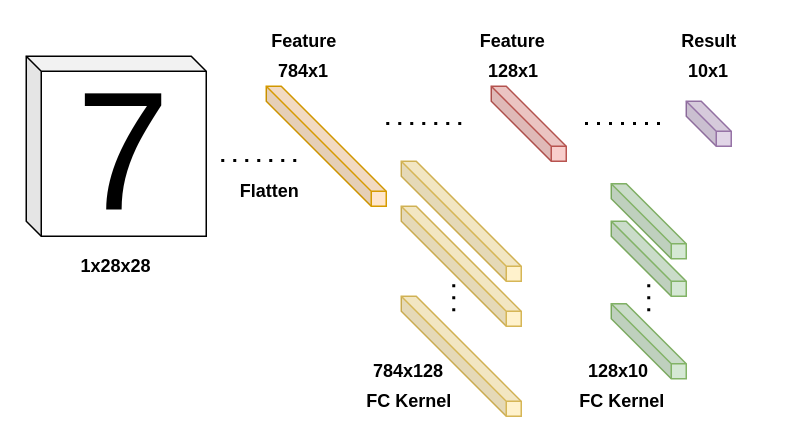
Before: image/mnist_layers.drawio in briansune/PYNQ-2.7-MNIST, a draw.io diagram. Source tidied: cells renumbered, new cells numbered last; positions are measured from the earlier drawing's top-left corner, leaving out a move shared by most shapes. Both pictures are drawn from the tidied source at 150%, with x=0, y=0 at pixel (26, 26).
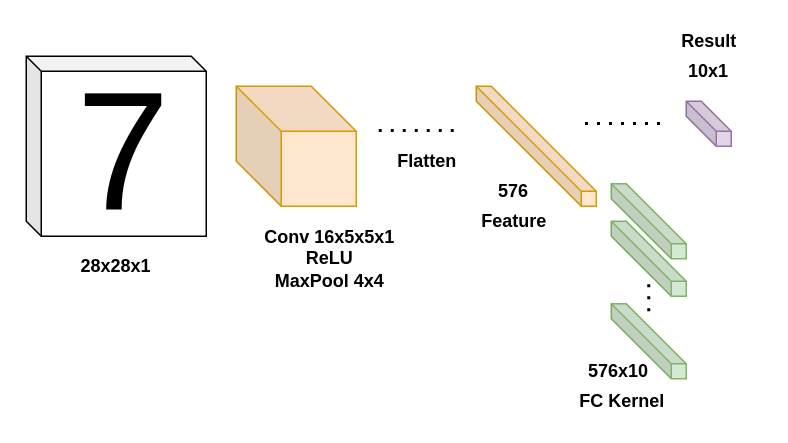
After the change.

What changed in the source:
```diff
@@
     <mxCell id="3" style="shape=cube;whiteSpace=wrap;html=1;boundedLbl=1;backgroundOutline=1;darkOpacity=0.05;darkOpacity2=0.1;fontSize=112;size=70;fillColor=#ffe6cc;strokeColor=#d79b00;" parent="1" vertex="1">
-      <mxGeometry x="160" y="40" width="80" height="80" as="geometry" />
+      <mxGeometry x="300" y="40" width="80" height="80" as="geometry" />
     </mxCell>
-    <mxCell id="4" value="&lt;font style=&quot;font-size: 12px&quot;&gt;784x1&lt;br&gt;&lt;/font&gt;" style="text;html=1;strokeColor=none;fillColor=none;align=center;verticalAlign=middle;whiteSpace=wrap;rounded=0;fontSize=12;fontStyle=1;" parent="1" vertex="1">
-      <mxGeometry x="150" y="20" width="70" height="20" as="geometry" />
+    <mxCell id="4" value="&lt;font style=&quot;font-size: 12px&quot;&gt;576&lt;br&gt;&lt;/font&gt;" style="text;html=1;strokeColor=none;fillColor=none;align=center;verticalAlign=middle;whiteSpace=wrap;rounded=0;fontSize=12;fontStyle=1;" parent="1" vertex="1">
+      <mxGeometry x="290" y="100" width="70" height="20" as="geometry" />
     </mxCell>
-    <mxCell id="5" value="&lt;font style=&quot;font-size: 12px&quot;&gt;1x28x28&lt;br&gt;&lt;/font&gt;" style="text;html=1;strokeColor=none;fillColor=none;align=center;verticalAlign=middle;whiteSpace=wrap;rounded=0;fontSize=12;fontStyle=1;" parent="1" vertex="1">
+    <mxCell id="5" value="&lt;font style=&quot;font-size: 12px&quot;&gt;28x28x1&lt;br&gt;&lt;/font&gt;" style="text;html=1;strokeColor=none;fillColor=none;align=center;verticalAlign=middle;whiteSpace=wrap;rounded=0;fontSize=12;fontStyle=1;" parent="1" vertex="1">
       <mxGeometry x="5" y="150" width="110" height="20" as="geometry" />
     </mxCell>
-    <mxCell id="6" style="shape=cube;whiteSpace=wrap;html=1;boundedLbl=1;backgroundOutline=1;darkOpacity=0.05;darkOpacity2=0.1;fontSize=112;size=40;fillColor=#f8cecc;strokeColor=#b85450;" parent="1" vertex="1">
-      <mxGeometry x="310" y="40" width="50" height="50" as="geometry" />
-    </mxCell>
-    <mxCell id="7" style="shape=cube;whiteSpace=wrap;html=1;boundedLbl=1;backgroundOutline=1;darkOpacity=0.05;darkOpacity2=0.1;fontSize=112;size=70;fillColor=#fff2cc;strokeColor=#d6b656;" parent="1" vertex="1">
-      <mxGeometry x="250" y="90" width="80" height="80" as="geometry" />
-    </mxCell>
-    <mxCell id="8" style="shape=cube;whiteSpace=wrap;html=1;boundedLbl=1;backgroundOutline=1;darkOpacity=0.05;darkOpacity2=0.1;fontSize=112;size=70;fillColor=#fff2cc;strokeColor=#d6b656;" parent="1" vertex="1">
-      <mxGeometry x="250" y="120" width="80" height="80" as="geometry" />
-    </mxCell>
-    <mxCell id="9" style="shape=cube;whiteSpace=wrap;html=1;boundedLbl=1;backgroundOutline=1;darkOpacity=0.05;darkOpacity2=0.1;fontSize=112;size=70;fillColor=#fff2cc;strokeColor=#d6b656;" parent="1" vertex="1">
-      <mxGeometry x="250" y="180" width="80" height="80" as="geometry" />
-    </mxCell>
-    <mxCell id="10" style="endArrow=none;dashed=1;html=1;dashPattern=1 3;strokeWidth=2;fontSize=12;" parent="1" edge="1">
-      <mxGeometry relative="1" as="geometry">
-        <mxPoint x="285" y="190" as="sourcePoint" />
-        <mxPoint x="285" y="170" as="targetPoint" />
-      </mxGeometry>
-    </mxCell>
-    <mxCell id="11" value="&lt;font style=&quot;font-size: 12px&quot;&gt;128x1&lt;br&gt;&lt;/font&gt;" style="text;html=1;strokeColor=none;fillColor=none;align=center;verticalAlign=middle;whiteSpace=wrap;rounded=0;fontSize=12;fontStyle=1;" parent="1" vertex="1">
-      <mxGeometry x="290" y="20" width="70" height="20" as="geometry" />
-    </mxCell>
-    <mxCell id="12" value="&lt;font style=&quot;font-size: 12px&quot;&gt;784x128&lt;br&gt;&lt;/font&gt;" style="text;html=1;strokeColor=none;fillColor=none;align=center;verticalAlign=middle;whiteSpace=wrap;rounded=0;fontSize=12;fontStyle=1;" parent="1" vertex="1">
-      <mxGeometry x="220" y="220" width="70" height="20" as="geometry" />
-    </mxCell>
@@
-    <mxCell id="16" value="&lt;font style=&quot;font-size: 12px&quot;&gt;128x10&lt;br&gt;&lt;/font&gt;" style="text;html=1;strokeColor=none;fillColor=none;align=center;verticalAlign=middle;whiteSpace=wrap;rounded=0;fontSize=12;fontStyle=1;" parent="1" vertex="1">
+    <mxCell id="16" value="&lt;font style=&quot;font-size: 12px&quot;&gt;576x10&lt;br&gt;&lt;/font&gt;" style="text;html=1;strokeColor=none;fillColor=none;align=center;verticalAlign=middle;whiteSpace=wrap;rounded=0;fontSize=12;fontStyle=1;" parent="1" vertex="1">
       <mxGeometry x="360" y="220" width="70" height="20" as="geometry" />
     </mxCell>
@@
-    <mxCell id="20" value="FC Kernel" style="text;html=1;strokeColor=none;fillColor=none;align=center;verticalAlign=middle;whiteSpace=wrap;rounded=0;fontSize=12;fontStyle=1;" parent="1" vertex="1">
-      <mxGeometry x="222.5" y="240" width="65" height="20" as="geometry" />
-    </mxCell>
@@
     <mxCell id="22" value="Feature" style="text;html=1;strokeColor=none;fillColor=none;align=center;verticalAlign=middle;whiteSpace=wrap;rounded=0;fontSize=12;fontStyle=1;" parent="1" vertex="1">
-      <mxGeometry x="152.5" width="65" height="20" as="geometry" />
+      <mxGeometry x="293" y="120" width="65" height="20" as="geometry" />
     </mxCell>
-    <mxCell id="23" value="Feature" style="text;html=1;strokeColor=none;fillColor=none;align=center;verticalAlign=middle;whiteSpace=wrap;rounded=0;fontSize=12;fontStyle=1;" parent="1" vertex="1">
-      <mxGeometry x="292" width="65" height="20" as="geometry" />
-    </mxCell>
@@
     <mxCell id="25" style="endArrow=none;dashed=1;html=1;dashPattern=1 3;strokeWidth=2;fontSize=12;" parent="1" edge="1">
       <mxGeometry relative="1" as="geometry">
-        <mxPoint x="130" y="89.5" as="sourcePoint" />
-        <mxPoint x="180" y="89.5" as="targetPoint" />
+        <mxPoint x="235" y="69.5" as="sourcePoint" />
+        <mxPoint x="285" y="69.5" as="targetPoint" />
       </mxGeometry>
     </mxCell>
-    <mxCell id="26" style="endArrow=none;dashed=1;html=1;dashPattern=1 3;strokeWidth=2;fontSize=12;" parent="1" edge="1">
-      <mxGeometry relative="1" as="geometry">
-        <mxPoint x="240" y="64.8" as="sourcePoint" />
-        <mxPoint x="290" y="64.8" as="targetPoint" />
-      </mxGeometry>
-    </mxCell>
@@
     <mxCell id="28" value="Flatten" style="text;html=1;strokeColor=none;fillColor=none;align=center;verticalAlign=middle;whiteSpace=wrap;rounded=0;fontSize=12;fontStyle=1;" parent="1" vertex="1">
-      <mxGeometry x="130" y="100" width="65" height="20" as="geometry" />
+      <mxGeometry x="235" y="80" width="65" height="20" as="geometry" />
     </mxCell>
+    <mxCell id="29" style="shape=cube;whiteSpace=wrap;html=1;boundedLbl=1;backgroundOutline=1;darkOpacity=0.05;darkOpacity2=0.1;fontSize=112;size=30;fillColor=#ffe6cc;strokeColor=#d79b00;" parent="1" vertex="1">
+      <mxGeometry x="140" y="40" width="80" height="80" as="geometry" />
+    </mxCell>
+    <mxCell id="30" value="Conv 16x5x5x1&lt;br&gt;ReLU&lt;br&gt;MaxPool 4x4" style="text;html=1;strokeColor=none;fillColor=none;align=center;verticalAlign=middle;whiteSpace=wrap;rounded=0;fontSize=12;fontStyle=1;" parent="1" vertex="1">
+      <mxGeometry x="155" y="130" width="95" height="50" as="geometry" />
+    </mxCell>
```
